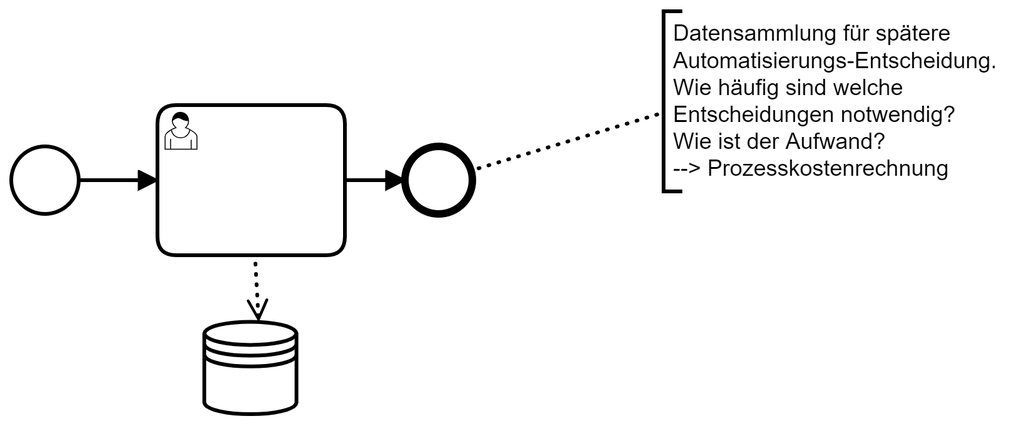
This is models/collect-only.png from viadee/bpmn.ai-patterns, a BPMN export, as it was before one commit. Its source is kept beside it as models/collect-only.bpmn. Ids are renumbered.
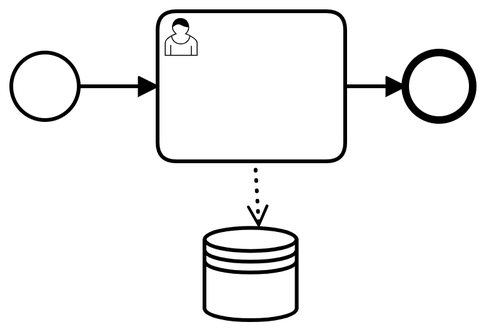
After the commit.

Diff of the diagram source:
```diff
@@ -16,46 +16,32 @@
     <bpmn:dataStoreReference id="DataStoreReference_n9" />
     <bpmn:sequenceFlow id="Flow_n4" sourceRef="Event_n3" targetRef="Activity_n7" />
     <bpmn:sequenceFlow id="Flow_n6" sourceRef="Activity_n7" targetRef="Event_n5" />
-    <bpmn:textAnnotation id="TextAnnotation_n10">
-      <bpmn:text>Datensammlung für spätere
-Automatisierungs-Entscheidung.
-Wie häufig sind welche Entscheidungen notwendig?
-Wie ist der Aufwand? --&gt; Prozesskostenrechnung</bpmn:text>
-    </bpmn:textAnnotation>
-    <bpmn:association id="Association_n11" sourceRef="Event_n5" targetRef="TextAnnotation_n10" />
   </bpmn:process>
   <bpmndi:BPMNDiagram id="BPMNDiagram_1">
     <bpmndi:BPMNPlane id="BPMNPlane_1" bpmnElement="Process_n2">
-      <bpmndi:BPMNShape id="TextAnnotation_n10_di" bpmnElement="TextAnnotation_n10">
-        <dc:Bounds x="540" y="80" width="190" height="96" />
-      </bpmndi:BPMNShape>
+      <bpmndi:BPMNEdge id="Flow_n6_di" bpmnElement="Flow_n6">
+        <di:waypoint x="370" y="120" />
+        <di:waypoint x="402" y="120" />
+      </bpmndi:BPMNEdge>
       <bpmndi:BPMNEdge id="Flow_n4_di" bpmnElement="Flow_n4">
-        <di:waypoint x="228" y="170" />
-        <di:waypoint x="270" y="170" />
-      </bpmndi:BPMNEdge>
-      <bpmndi:BPMNEdge id="Flow_n6_di" bpmnElement="Flow_n6">
-        <di:waypoint x="370" y="170" />
-        <di:waypoint x="402" y="170" />
+        <di:waypoint x="228" y="120" />
+        <di:waypoint x="270" y="120" />
       </bpmndi:BPMNEdge>
       <bpmndi:BPMNShape id="Event_n3_di" bpmnElement="Event_n3">
-        <dc:Bounds x="192" y="152" width="36" height="36" />
+        <dc:Bounds x="192" y="102" width="36" height="36" />
       </bpmndi:BPMNShape>
       <bpmndi:BPMNShape id="Event_n5_di" bpmnElement="Event_n5">
-        <dc:Bounds x="402" y="152" width="36" height="36" />
+        <dc:Bounds x="402" y="102" width="36" height="36" />
       </bpmndi:BPMNShape>
       <bpmndi:BPMNShape id="Activity_n7_di" bpmnElement="Activity_n7">
-        <dc:Bounds x="270" y="130" width="100" height="80" />
+        <dc:Bounds x="270" y="80" width="100" height="80" />
       </bpmndi:BPMNShape>
       <bpmndi:BPMNShape id="DataStoreReference_n9_di" bpmnElement="DataStoreReference_n9">
-        <dc:Bounds x="295" y="245" width="50" height="50" />
+        <dc:Bounds x="295" y="195" width="50" height="50" />
       </bpmndi:BPMNShape>
-      <bpmndi:BPMNEdge id="Association_n11_di" bpmnElement="Association_n11">
-        <di:waypoint x="437" y="165" />
-        <di:waypoint x="540" y="134" />
-      </bpmndi:BPMNEdge>
       <bpmndi:BPMNEdge id="DataOutputAssociation_n8_di" bpmnElement="DataOutputAssociation_n8">
-        <di:waypoint x="322" y="210" />
-        <di:waypoint x="324" y="245" />
+        <di:waypoint x="322" y="160" />
+        <di:waypoint x="324" y="195" />
       </bpmndi:BPMNEdge>
     </bpmndi:BPMNPlane>
   </bpmndi:BPMNDiagram>
```
